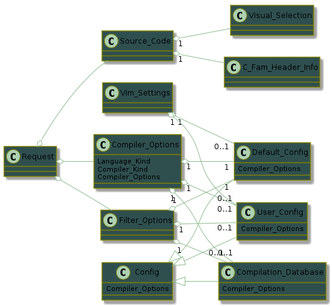
Above: uml/class.png in bloodstalker/vim-compiler-explorer (PlantUML), before the change. Its diagram source:
```plantuml
@startuml
left to right direction

skinparam class {
  BackgroundColor DarkSlateGray
  ArrowColor DarkSeaGreen
  BorderColor Olive
}

class Config {
  Compiler_Options
}
class Default_Config {
  Compiler_Options
}
class User_Config {
  Compiler_Options
}
class Compilation_Database {
  Compiler_Options
}
class Compiler_Options {
  Language_Kind
  Compiler_Kind
  Compiler_Options
}
class Filter_Options
class C_Fam_Header_Info
class Source_Code
class Request
class Visual_Selection
class Vim_Settings

Config <|-- Default_Config
Config <|-- User_Config
Config <|-- Compilation_Database

Compiler_Options "1" o-- "1" Default_Config
Compiler_Options "1" o-- "0..1" User_Config
Compiler_Options "1" o-- "0..1" Compilation_Database

Filter_Options "1" o-- "1" Default_Config
Filter_Options "1" o-- "0..1" User_Config
Filter_Options "1" o-- "0..1" Compilation_Database

Vim_Settings "1" o-- "0..1" Default_Config
Vim_Settings "1" o-- "0..1" User_Config

Source_Code "1" o-- C_Fam_Header_Info
Source_Code "1" o-- Visual_Selection

Request o-- Filter_Options
Request o-- Source_Code
Request o-- Compiler_Options

@enduml
```
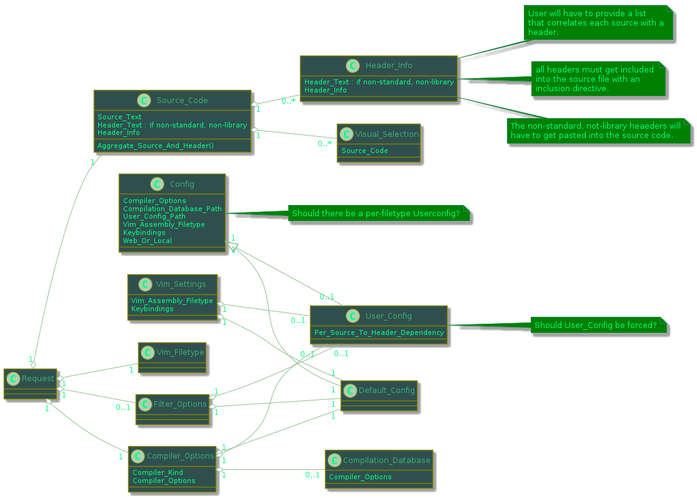
The same file after the commit.

Commit message:
class diagram update

The edit, as a diff of the source:
```diff
@@ -5,35 +5,54 @@
   BackgroundColor DarkSlateGray
   ArrowColor DarkSeaGreen
   BorderColor Olive
+  FontColor MediumSeaGreen
 }
+
+skinparam DefaultFontColor SpringGreen
+skinparam NoteBackgroundColor Green
+skinparam NoteBorderColor SeaGreen
 
 class Config {
   Compiler_Options
-}
-class Default_Config {
-  Compiler_Options
+  Compilation_Database_Path
+  User_Config_Path
+  Vim_Assembly_Filetype
+  Keybindings
+  Web_Or_Local
 }
 class User_Config {
-  Compiler_Options
+  Per_Source_To_Header_Dependency
 }
 class Compilation_Database {
   Compiler_Options
 }
 class Compiler_Options {
-  Language_Kind
   Compiler_Kind
   Compiler_Options
 }
 class Filter_Options
-class C_Fam_Header_Info
-class Source_Code
+class Header_Info {
+  Header_Text : if non-standard, non-library
+  Header_Info
+}
+class Source_Code {
+  Source_Text
+  Header_Text : if non-standard, non-library
+  Header_Info
+  Aggregate_Source_And_Header()
+}
 class Request
-class Visual_Selection
-class Vim_Settings
+class Visual_Selection {
+  Source_Code
+}
+class Vim_Settings {
+  Vim_Assembly_Filetype
+  Keybindings
+}
+class Vim_Filetype
 
-Config <|-- Default_Config
-Config <|-- User_Config
-Config <|-- Compilation_Database
+Config "1" <|-- "1" Default_Config
+Config "1" <|-- "0..1" User_Config
 
 Compiler_Options "1" o-- "1" Default_Config
 Compiler_Options "1" o-- "0..1" User_Config
@@ -41,16 +60,37 @@
 
 Filter_Options "1" o-- "1" Default_Config
 Filter_Options "1" o-- "0..1" User_Config
-Filter_Options "1" o-- "0..1" Compilation_Database
 
-Vim_Settings "1" o-- "0..1" Default_Config
+Vim_Settings "1" o-- "1" Default_Config
 Vim_Settings "1" o-- "0..1" User_Config
 
-Source_Code "1" o-- C_Fam_Header_Info
-Source_Code "1" o-- Visual_Selection
+Source_Code "1" o-- "0..*" Header_Info
+Source_Code "1" o-- "0..*" Visual_Selection
 
-Request o-- Filter_Options
-Request o-- Source_Code
-Request o-- Compiler_Options
+Request "1" o-- "0..1" Filter_Options
+Request "1" o-- "1" Source_Code
+Request "1" o-- "1" Compiler_Options
+Request "1" o-- "1" Vim_Filetype
+
+note right of Header_Info
+  The non-standard, not-library heaeders will
+  have to get pasted into the source code.
+end note
+note right of Header_Info
+  User will have to provide a list
+  that correlates each source with a
+  header.
+end note
+note right of Header_Info
+  all headers must get included
+  into the source file with an
+  inclusion directive.
+end note
+note right of Config
+  Should there be a per-filetype Userconfig?
+end note
+note right of User_Config
+  Should User_Config be forced?
+end note
 
 @enduml
```
